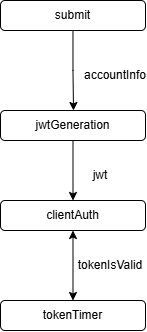
Before: 03_Team_Work/Team4/Milestone_3_Components/Team_Editor_Review/JA_M3_Team4_AuthRoleVerificationStructureChart.png, a diagram exported from draw.io (JmmonJeremy/CareerBound-SDD). Source tidied: cells renumbered, new cells last; positions are measured from the earlier drawing's top-left corner, leaving out a move shared by most shapes.
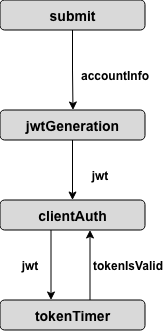
Above is the later version.

Commit message:
Revised Jackson's structure charts a bit and moved them over to the Team Editor folder

Change to the diagram source:
```diff
@@ -2,41 +2,51 @@
   <root>
     <mxCell id="0" />
     <mxCell id="1" parent="0" />
-    <mxCell id="2" style="edgeStyle=orthogonalEdgeStyle;rounded=0;jettySize=auto;html=1;startArrow=none;startFill=0;" parent="1" edge="1" source="3">
+    <mxCell id="2" style="edgeStyle=orthogonalEdgeStyle;rounded=0;jettySize=auto;html=1;startArrow=none;startFill=0;fontStyle=1;fontFamily=Arial;" parent="1" edge="1" source="3">
       <mxGeometry relative="1" as="geometry">
         <mxPoint x="73" y="110" as="targetPoint" />
       </mxGeometry>
     </mxCell>
-    <mxCell id="3" value="submit" style="rounded=1;whiteSpace=wrap;html=1;" parent="1" vertex="1">
+    <mxCell id="3" value="submit" style="rounded=1;whiteSpace=wrap;html=1;fontStyle=1;fontFamily=Arial;labelBackgroundColor=none;fillColor=#D9D9D9;fontSize=14;" parent="1" vertex="1">
       <mxGeometry width="145" height="30" as="geometry" />
     </mxCell>
-    <mxCell id="4" style="edgeStyle=orthogonalEdgeStyle;rounded=0;jettySize=auto;html=1;" parent="1" edge="1" source="5">
+    <mxCell id="4" style="edgeStyle=orthogonalEdgeStyle;rounded=0;jettySize=auto;html=1;fontStyle=1;fontFamily=Arial;" parent="1" edge="1" source="5">
       <mxGeometry relative="1" as="geometry">
         <mxPoint x="72.5" y="200" as="targetPoint" />
       </mxGeometry>
     </mxCell>
-    <mxCell id="5" value="jwtGeneration" style="rounded=1;whiteSpace=wrap;html=1;" parent="1" vertex="1">
+    <mxCell id="5" value="jwtGeneration" style="rounded=1;whiteSpace=wrap;html=1;fontStyle=1;fontFamily=Arial;labelBackgroundColor=none;fillColor=#D9D9D9;fontSize=14;" parent="1" vertex="1">
       <mxGeometry y="110" width="145" height="30" as="geometry" />
     </mxCell>
-    <mxCell id="6" value="accountInfo" style="text;html=1;whiteSpace=wrap;strokeColor=none;fillColor=none;align=center;verticalAlign=middle;rounded=0;" parent="1" vertex="1">
+    <mxCell id="6" value="accountInfo" style="text;html=1;whiteSpace=wrap;strokeColor=none;fillColor=none;align=center;verticalAlign=middle;rounded=0;fontStyle=1;fontFamily=Arial;" parent="1" vertex="1">
       <mxGeometry x="85" y="60" width="60" height="30" as="geometry" />
     </mxCell>
-    <mxCell id="7" style="edgeStyle=orthogonalEdgeStyle;rounded=0;jettySize=auto;html=1;startArrow=classic;startFill=1;" parent="1" edge="1" source="8">
+    <mxCell id="7" style="edgeStyle=orthogonalEdgeStyle;rounded=0;orthogonalLoop=1;jettySize=auto;html=1;startArrow=classic;startFill=1;endArrow=none;endFill=0;fontStyle=1;fontFamily=Arial;" parent="1" edge="1">
       <mxGeometry relative="1" as="geometry">
-        <mxPoint x="72.5" y="300" as="targetPoint" />
+        <mxPoint x="90" y="230" as="sourcePoint" />
+        <mxPoint x="90" y="300" as="targetPoint" />
       </mxGeometry>
     </mxCell>
-    <mxCell id="8" value="clientAuth" style="rounded=1;whiteSpace=wrap;html=1;" parent="1" vertex="1">
+    <mxCell id="8" value="clientAuth" style="rounded=1;whiteSpace=wrap;html=1;fontStyle=1;fontFamily=Arial;labelBackgroundColor=none;fillColor=#D9D9D9;fontSize=14;" parent="1" vertex="1">
       <mxGeometry y="200" width="145" height="30" as="geometry" />
     </mxCell>
-    <mxCell id="9" value="jwt" style="text;html=1;whiteSpace=wrap;strokeColor=none;fillColor=none;align=center;verticalAlign=middle;rounded=0;" parent="1" vertex="1">
+    <mxCell id="9" value="jwt" style="text;html=1;whiteSpace=wrap;strokeColor=none;fillColor=none;align=center;verticalAlign=middle;rounded=0;fontStyle=1;fontFamily=Arial;" parent="1" vertex="1">
       <mxGeometry x="70" y="160" width="60" height="30" as="geometry" />
     </mxCell>
-    <mxCell id="10" value="tokenTimer" style="rounded=1;whiteSpace=wrap;html=1;" parent="1" vertex="1">
+    <mxCell id="10" value="tokenTimer" style="rounded=1;whiteSpace=wrap;html=1;fontStyle=1;fontFamily=Arial;labelBackgroundColor=none;fillColor=#D9D9D9;fontSize=14;" parent="1" vertex="1">
       <mxGeometry y="300" width="145" height="30" as="geometry" />
     </mxCell>
-    <mxCell id="11" value="tokenIsValid" style="text;html=1;whiteSpace=wrap;strokeColor=none;fillColor=none;align=center;verticalAlign=middle;rounded=0;" parent="1" vertex="1">
-      <mxGeometry x="80" y="250" width="60" height="30" as="geometry" />
+    <mxCell id="11" value="tokenIsValid" style="text;html=1;whiteSpace=wrap;strokeColor=none;fillColor=none;align=center;verticalAlign=middle;rounded=0;fontStyle=1;fontFamily=Arial;" parent="1" vertex="1">
+      <mxGeometry x="97.5" y="250" width="60" height="30" as="geometry" />
     </mxCell>
+    <mxCell id="12" style="edgeStyle=orthogonalEdgeStyle;rounded=0;orthogonalLoop=1;jettySize=auto;html=1;startArrow=none;startFill=0;fontStyle=1;fontFamily=Arial;" parent="1" edge="1">
+      <mxGeometry relative="1" as="geometry">
+        <mxPoint x="51" y="230" as="sourcePoint" />
+        <mxPoint x="51" y="300" as="targetPoint" />
+      </mxGeometry>
+    </mxCell>
+    <mxCell id="13" value="jwt" style="text;html=1;whiteSpace=wrap;strokeColor=none;fillColor=none;align=center;verticalAlign=middle;rounded=0;fontStyle=1;fontFamily=Arial;" parent="1" vertex="1">
+      <mxGeometry y="250" width="60" height="30" as="geometry" />
+    </mxCell>
   </root>
 </mxGraphModel>
```
